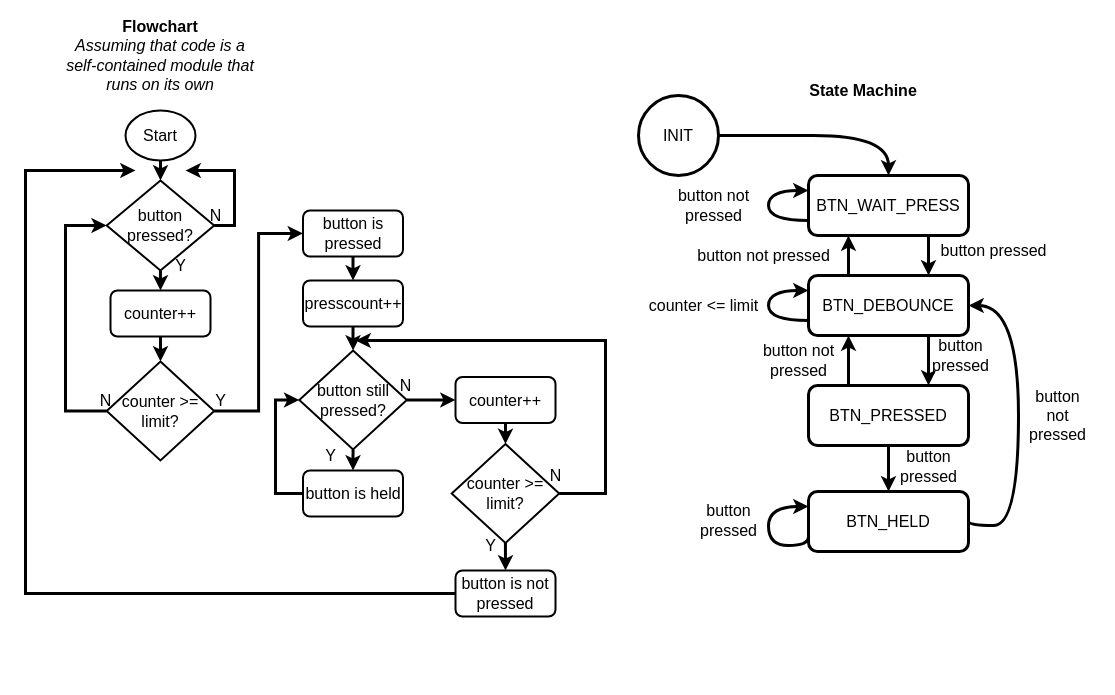
The draw.io diagram page "button_sm" (6 of 8) of pic18k42.X/k42-project.drawio in mjneri/ws2812-controller, before the edit. Source tidied: cells renumbered, new cells numbered last; positions are measured from the earlier drawing's top-left corner, leaving out a move shared by most shapes. Both pictures are drawn from the tidied source at 100%, with x=0, y=0 at pixel (25, 40).
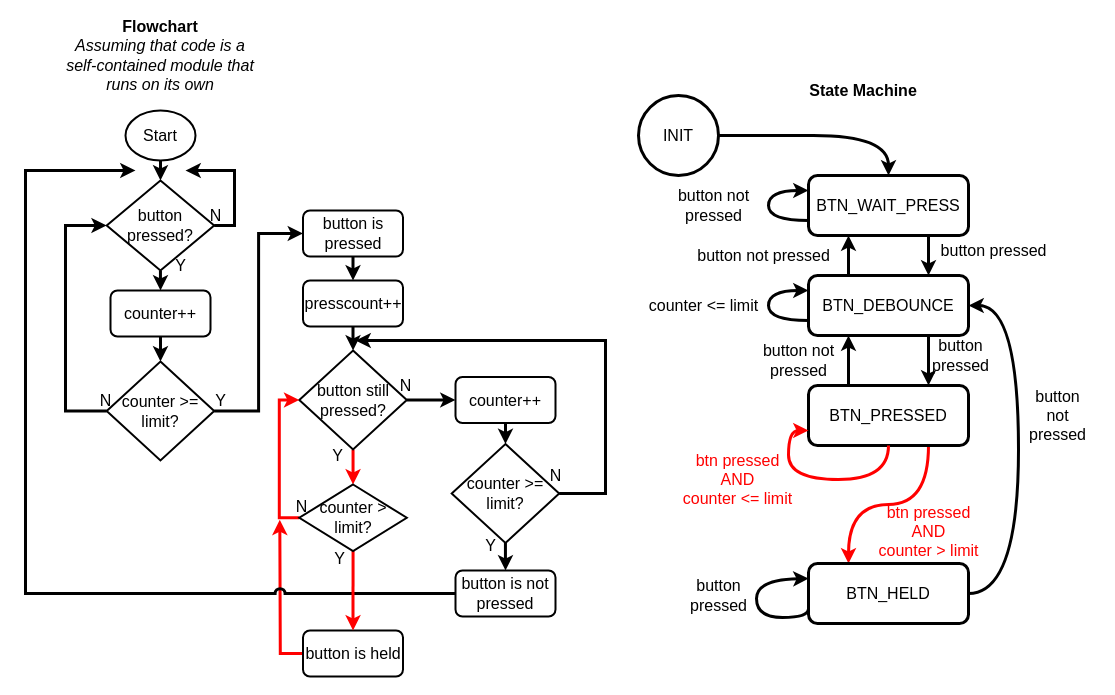
Above is the later version.

The change refers to these unchanged cells:
```xml
<mxCell id="19" value="button still pressed?" style="strokeWidth=2;html=1;shape=mxgraph.flowchart.decision;whiteSpace=wrap;fontSize=16;" parent="1" vertex="1">
  <mxGeometry x="273.8" y="310" width="107.5" height="99" as="geometry" />
</mxCell>
<mxCell id="28" value="button is not pressed" style="rounded=1;whiteSpace=wrap;html=1;absoluteArcSize=1;arcSize=14;strokeWidth=2;fontSize=16;" parent="1" vertex="1">
  <mxGeometry x="430" y="530" width="100" height="46" as="geometry" />
</mxCell>
<mxCell id="44" value="BTN_DEBOUNCE" style="rounded=1;whiteSpace=wrap;html=1;strokeWidth=3;fontSize=16;" parent="1" vertex="1">
  <mxGeometry x="783" y="235" width="160" height="60" as="geometry" />
</mxCell>
<mxCell id="47" value="BTN_PRESSED" style="rounded=1;whiteSpace=wrap;html=1;strokeWidth=3;fontSize=16;" parent="1" vertex="1">
  <mxGeometry x="783" y="345" width="160" height="60" as="geometry" />
</mxCell>
```

What changed in the source:
```diff
@@
-    <mxCell id="17" style="edgeStyle=orthogonalEdgeStyle;rounded=0;jettySize=auto;html=1;exitX=0.5;exitY=1;exitDx=0;exitDy=0;exitPerimeter=0;entryX=0.5;entryY=0;entryDx=0;entryDy=0;strokeWidth=3;fontSize=16;" parent="1" edge="1" source="19" target="21">
-      <mxGeometry relative="1" as="geometry" />
-    </mxCell>
@@
+    <mxCell id="62" style="edgeStyle=orthogonalEdgeStyle;curved=1;rounded=0;jettySize=auto;html=1;exitX=0.5;exitY=1;exitDx=0;exitDy=0;exitPerimeter=0;entryX=0.5;entryY=0;entryDx=0;entryDy=0;entryPerimeter=0;strokeColor=#FF0000;strokeWidth=3;fontColor=#FF0000;" parent="1" edge="1" source="19" target="69">
+      <mxGeometry relative="1" as="geometry" />
+    </mxCell>
@@
-    <mxCell id="20" style="edgeStyle=orthogonalEdgeStyle;rounded=0;jettySize=auto;html=1;exitX=0;exitY=0.5;exitDx=0;exitDy=0;entryX=0;entryY=0.5;entryDx=0;entryDy=0;entryPerimeter=0;strokeWidth=3;fontSize=16;" parent="1" edge="1" source="21" target="19">
-      <mxGeometry relative="1" as="geometry">
-        <Array as="points">
-          <mxPoint x="250" y="453" />
-          <mxPoint x="250" y="360" />
-        </Array>
-      </mxGeometry>
-    </mxCell>
+    <mxCell id="63" style="edgeStyle=orthogonalEdgeStyle;rounded=0;jumpStyle=arc;jettySize=auto;html=1;exitX=0;exitY=0.5;exitDx=0;exitDy=0;strokeColor=#FF0000;strokeWidth=3;fontColor=#FF0000;" parent="1" edge="1" source="21">
+      <mxGeometry relative="1" as="geometry">
+        <mxPoint x="254.3" y="479.3" as="targetPoint" />
+      </mxGeometry>
+    </mxCell>
     <mxCell id="21" value="button is held" style="rounded=1;whiteSpace=wrap;html=1;absoluteArcSize=1;arcSize=14;strokeWidth=2;fontSize=16;" parent="1" vertex="1">
-      <mxGeometry x="277.5" y="430" width="100" height="46" as="geometry" />
+      <mxGeometry x="277.5" y="590" width="100" height="46" as="geometry" />
     </mxCell>
@@
-    <mxCell id="27" style="edgeStyle=orthogonalEdgeStyle;rounded=0;jettySize=auto;html=1;exitX=0;exitY=0.5;exitDx=0;exitDy=0;strokeWidth=3;fontSize=16;" parent="1" edge="1" source="28">
+    <mxCell id="27" style="edgeStyle=orthogonalEdgeStyle;rounded=0;jettySize=auto;html=1;exitX=0;exitY=0.5;exitDx=0;exitDy=0;strokeWidth=3;fontSize=16;jumpStyle=arc;" parent="1" edge="1" source="28">
       <mxGeometry relative="1" as="geometry">
         <mxPoint x="110" y="130" as="targetPoint" />
         <Array as="points">
           <mxPoint y="553" />
           <mxPoint y="130" />
         </Array>
       </mxGeometry>
     </mxCell>
@@
     <mxCell id="33" value="Y" style="text;html=1;align=center;verticalAlign=middle;strokeColor=none;fillColor=none;fontSize=16;" parent="1" vertex="1">
-      <mxGeometry x="290" y="400" width="30" height="30" as="geometry" />
+      <mxGeometry x="297" y="400" width="30" height="30" as="geometry" />
     </mxCell>
@@
-    <mxCell id="46" style="edgeStyle=orthogonalEdgeStyle;curved=1;rounded=0;jettySize=auto;html=1;exitX=0.5;exitY=1;exitDx=0;exitDy=0;entryX=0.5;entryY=0;entryDx=0;entryDy=0;strokeWidth=3;fontSize=16;" parent="1" edge="1" source="47" target="49">
+    <mxCell id="46" style="edgeStyle=orthogonalEdgeStyle;curved=1;rounded=0;jettySize=auto;html=1;exitX=0.75;exitY=1;exitDx=0;exitDy=0;entryX=0.25;entryY=0;entryDx=0;entryDy=0;strokeWidth=3;strokeColor=#FF0000;" parent="1" edge="1" source="47" target="49">
       <mxGeometry relative="1" as="geometry" />
     </mxCell>
@@
     <mxCell id="48" style="edgeStyle=orthogonalEdgeStyle;curved=1;rounded=0;jettySize=auto;html=1;exitX=1;exitY=0.5;exitDx=0;exitDy=0;entryX=1;entryY=0.5;entryDx=0;entryDy=0;strokeWidth=3;fontSize=16;" parent="1" edge="1" source="49" target="44">
       <mxGeometry relative="1" as="geometry">
         <Array as="points">
-          <mxPoint x="943" y="485" />
-          <mxPoint x="993" y="485" />
+          <mxPoint x="993" y="553" />
           <mxPoint x="993" y="265" />
         </Array>
       </mxGeometry>
     </mxCell>
     <mxCell id="49" value="BTN_HELD" style="rounded=1;whiteSpace=wrap;html=1;strokeWidth=3;fontSize=16;" parent="1" vertex="1">
-      <mxGeometry x="783" y="451" width="160" height="60" as="geometry" />
+      <mxGeometry x="783" y="523" width="160" height="60" as="geometry" />
     </mxCell>
@@
     <mxCell id="52" style="edgeStyle=orthogonalEdgeStyle;curved=1;rounded=0;orthogonalLoop=1;jettySize=auto;html=1;exitX=0;exitY=0.75;exitDx=0;exitDy=0;entryX=0;entryY=0.25;entryDx=0;entryDy=0;strokeWidth=3;fontSize=16;" parent="1" edge="1" source="49" target="49">
       <mxGeometry relative="1" as="geometry">
         <Array as="points">
-          <mxPoint x="783" y="505" />
-          <mxPoint x="743" y="505" />
-          <mxPoint x="743" y="466" />
+          <mxPoint x="783" y="577" />
+          <mxPoint x="731" y="577" />
+          <mxPoint x="731" y="539" />
+          <mxPoint x="783" y="539" />
         </Array>
       </mxGeometry>
     </mxCell>
@@
-    <mxCell id="58" value="button&lt;br&gt;pressed" style="text;html=1;align=center;verticalAlign=middle;strokeColor=none;fillColor=none;fontSize=16;" parent="1" vertex="1">
-      <mxGeometry x="863" y="401" width="80" height="50" as="geometry" />
-    </mxCell>
     <mxCell id="59" value="button&lt;br&gt;pressed" style="text;html=1;align=center;verticalAlign=middle;strokeColor=none;fillColor=none;fontSize=16;" parent="1" vertex="1">
-      <mxGeometry x="663" y="455" width="80" height="50" as="geometry" />
+      <mxGeometry x="653" y="530" width="80" height="50" as="geometry" />
     </mxCell>
@@
+    <mxCell id="64" value="btn pressed&lt;br&gt;AND&lt;br&gt;counter &amp;lt;= limit" style="text;html=1;align=center;verticalAlign=middle;strokeColor=none;fillColor=none;fontSize=16;fontColor=#FF0000;" parent="1" vertex="1">
+      <mxGeometry x="648" y="403.5" width="127" height="70" as="geometry" />
+    </mxCell>
+    <mxCell id="65" style="edgeStyle=orthogonalEdgeStyle;curved=1;rounded=0;orthogonalLoop=1;jettySize=auto;html=1;exitX=0.5;exitY=1;exitDx=0;exitDy=0;entryX=0;entryY=0.75;entryDx=0;entryDy=0;strokeWidth=3;fontColor=#FF0000;strokeColor=#FF0000;" parent="1" edge="1" source="47" target="47">
+      <mxGeometry relative="1" as="geometry">
+        <Array as="points">
+          <mxPoint x="863" y="439" />
+          <mxPoint x="763" y="439" />
+          <mxPoint x="763" y="390" />
+        </Array>
+      </mxGeometry>
+    </mxCell>
+    <mxCell id="66" value="btn pressed&lt;br&gt;AND&lt;br&gt;counter &amp;gt; limit" style="text;html=1;align=center;verticalAlign=middle;strokeColor=none;fillColor=none;fontSize=16;fontColor=#FF0000;" parent="1" vertex="1">
+      <mxGeometry x="844" y="456" width="118" height="70" as="geometry" />
+    </mxCell>
+    <mxCell id="67" style="edgeStyle=orthogonalEdgeStyle;curved=1;rounded=0;jettySize=auto;html=1;exitX=0.5;exitY=1;exitDx=0;exitDy=0;exitPerimeter=0;entryX=0.5;entryY=0;entryDx=0;entryDy=0;strokeColor=#FF0000;strokeWidth=3;fontColor=#FF0000;" parent="1" edge="1" source="69" target="21">
+      <mxGeometry relative="1" as="geometry" />
+    </mxCell>
+    <mxCell id="68" style="edgeStyle=orthogonalEdgeStyle;rounded=0;jumpStyle=arc;jettySize=auto;html=1;exitX=0;exitY=0.5;exitDx=0;exitDy=0;exitPerimeter=0;entryX=0;entryY=0.5;entryDx=0;entryDy=0;entryPerimeter=0;strokeColor=#FF0000;strokeWidth=3;fontColor=#FF0000;" parent="1" edge="1" source="69" target="19">
+      <mxGeometry relative="1" as="geometry" />
+    </mxCell>
+    <mxCell id="69" value="counter &amp;gt; limit?" style="strokeWidth=2;html=1;shape=mxgraph.flowchart.decision;whiteSpace=wrap;fontSize=16;" parent="1" vertex="1">
+      <mxGeometry x="273.8" y="444" width="107.5" height="66.5" as="geometry" />
+    </mxCell>
+    <mxCell id="70" value="Y" style="text;html=1;align=center;verticalAlign=middle;strokeColor=none;fillColor=none;fontSize=16;" parent="1" vertex="1">
+      <mxGeometry x="299" y="502.5" width="30" height="30" as="geometry" />
+    </mxCell>
+    <mxCell id="71" value="N" style="text;html=1;align=center;verticalAlign=middle;strokeColor=none;fillColor=none;fontSize=16;" parent="1" vertex="1">
+      <mxGeometry x="261" y="450" width="30" height="31" as="geometry" />
+    </mxCell>
```
